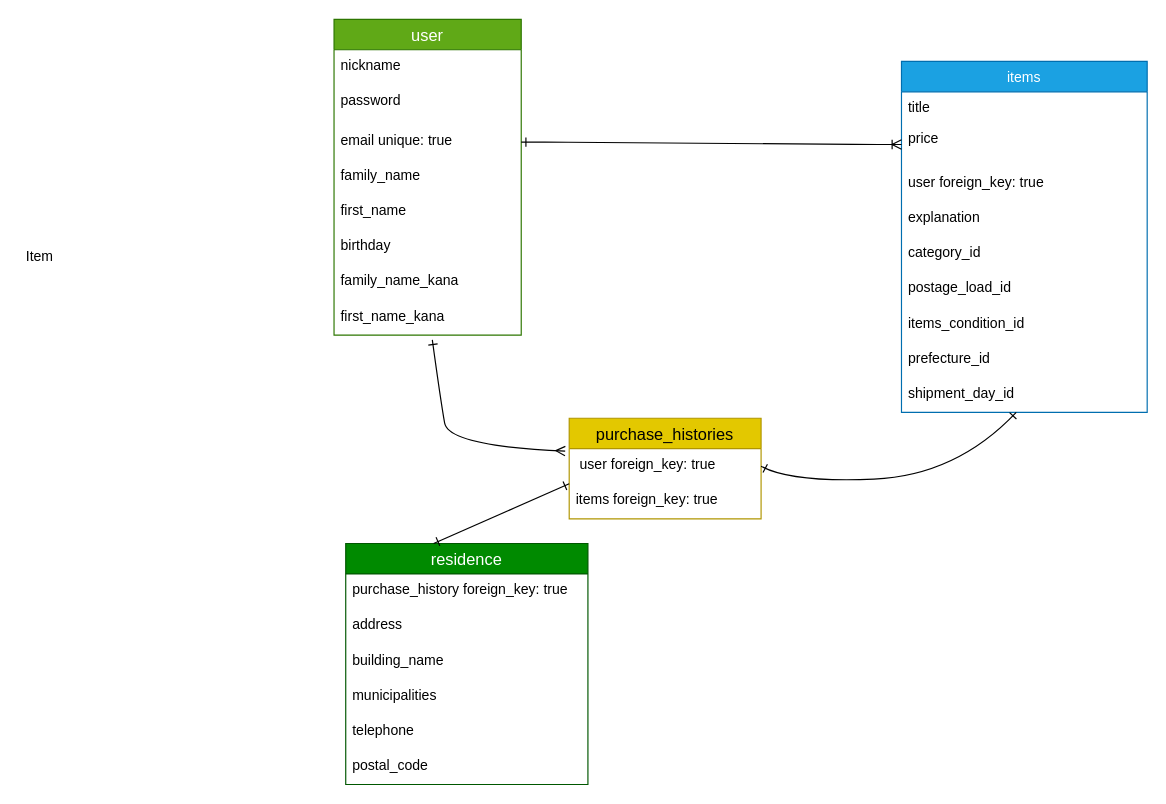
Earlier version of the draw.io diagram test.dio (Rasshiin/furima-36886). Source tidied: cells renumbered, new cells numbered last; positions are measured from the earlier drawing's top-left corner, leaving out a move shared by most shapes. Both pictures are drawn from the tidied source at 117%, with x=0, y=0 at pixel (19, 19).
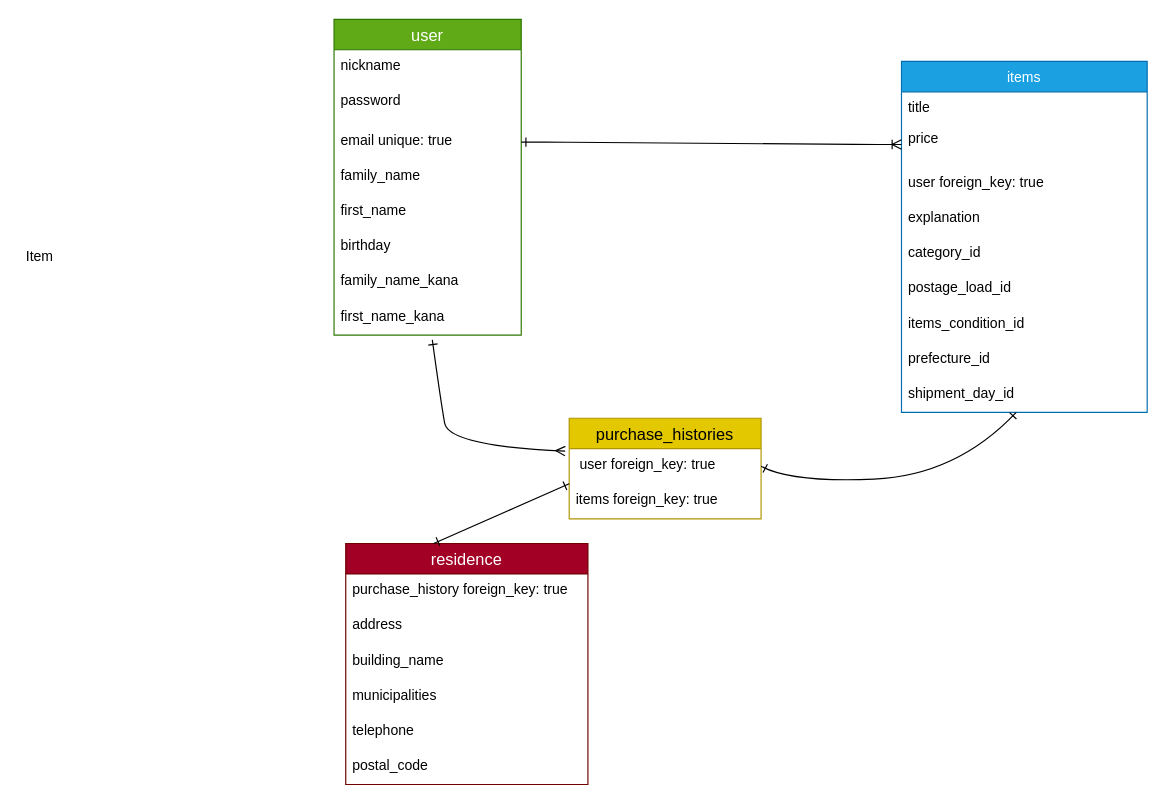
Above is the later version.

Change to the diagram source:
```diff
@@
-    <mxCell id="28" value="residence" style="swimlane;fontStyle=0;horizontal=1;startSize=26;align=center;fontSize=14;fillColor=#008a00;strokeColor=#005700;fontColor=#ffffff;" parent="1" vertex="1">
+    <mxCell id="28" value="residence" style="swimlane;fontStyle=0;horizontal=1;startSize=26;align=center;fontSize=14;fillColor=#a20025;strokeColor=#6F0000;fontColor=#ffffff;" parent="1" vertex="1">
       <mxGeometry x="279" y="448" width="207" height="206" as="geometry" />
     </mxCell>
```
